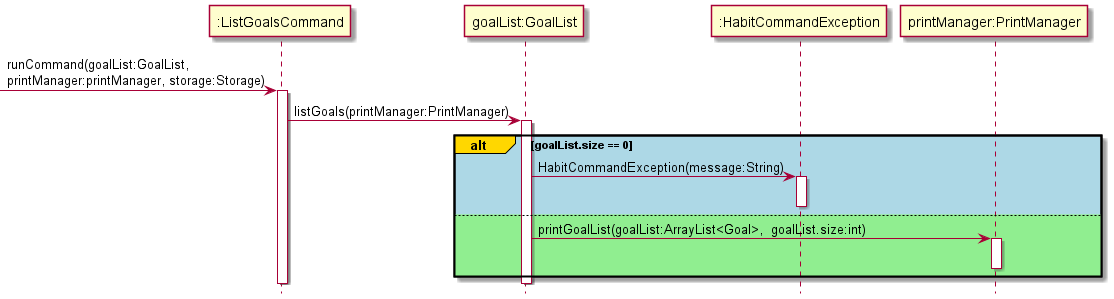
Above: docs/Diagram Images/Implementation Diagram Images/ListGoalsCommandSequenceDiagram.png in nus-cs2113-AY2122S1/tp (PlantUML), before the change. The source it was exported from:
```plantuml
@startuml
!include Style.puml

-> ":ListGoalsCommand": runCommand(goalList:GoalList,\nprintManager:printManager, storage:Storage)
activate ":ListGoalsCommand"

":ListGoalsCommand" -> "goalList:GoalList":  listGoals(printManager:PrintManager)
activate "goalList:GoalList"
alt#gold #lightblue goalList.size == 0
    "goalList:GoalList" -> ":HabitCommandException": HabitCommandException(message:String)
    activate ":HabitCommandException"
    deactivate ":HabitCommandException"

else #lightgreen
    "goalList:GoalList" -> "printManager:PrintManager": printGoalList(goalList:ArrayList<Goal>,  goalList.size:int)
    activate "printManager:PrintManager"
    deactivate "printManager:PrintManager"
end
deactivate "goalList:GoalList"
deactivate ":ListGoalsCommand"

@enduml
```
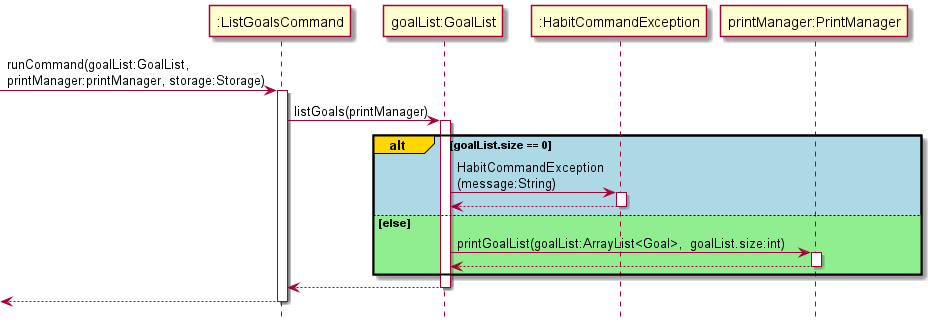
Later version of the same file.

Commit message:
Added Add Parser PUML for AddHabit and AddGoal Command

Change to the diagram source:
```diff
@@ -4,19 +4,25 @@
 -> ":ListGoalsCommand": runCommand(goalList:GoalList,\nprintManager:printManager, storage:Storage)
 activate ":ListGoalsCommand"
 
-":ListGoalsCommand" -> "goalList:GoalList":  listGoals(printManager:PrintManager)
+":ListGoalsCommand" -> "goalList:GoalList":  listGoals(printManager)
 activate "goalList:GoalList"
 alt#gold #lightblue goalList.size == 0
-    "goalList:GoalList" -> ":HabitCommandException": HabitCommandException(message:String)
+    "goalList:GoalList" -> ":HabitCommandException": HabitCommandException\n(message:String)
     activate ":HabitCommandException"
+    ":HabitCommandException" --> "goalList:GoalList"
     deactivate ":HabitCommandException"
 
-else #lightgreen
+else #lightgreen else
     "goalList:GoalList" -> "printManager:PrintManager": printGoalList(goalList:ArrayList<Goal>,  goalList.size:int)
     activate "printManager:PrintManager"
+    "printManager:PrintManager" --> "goalList:GoalList"
     deactivate "printManager:PrintManager"
 end
+
+"goalList:GoalList" --> ":ListGoalsCommand"
 deactivate "goalList:GoalList"
+
+<-- ":ListGoalsCommand"
 deactivate ":ListGoalsCommand"
 
 @enduml
```
